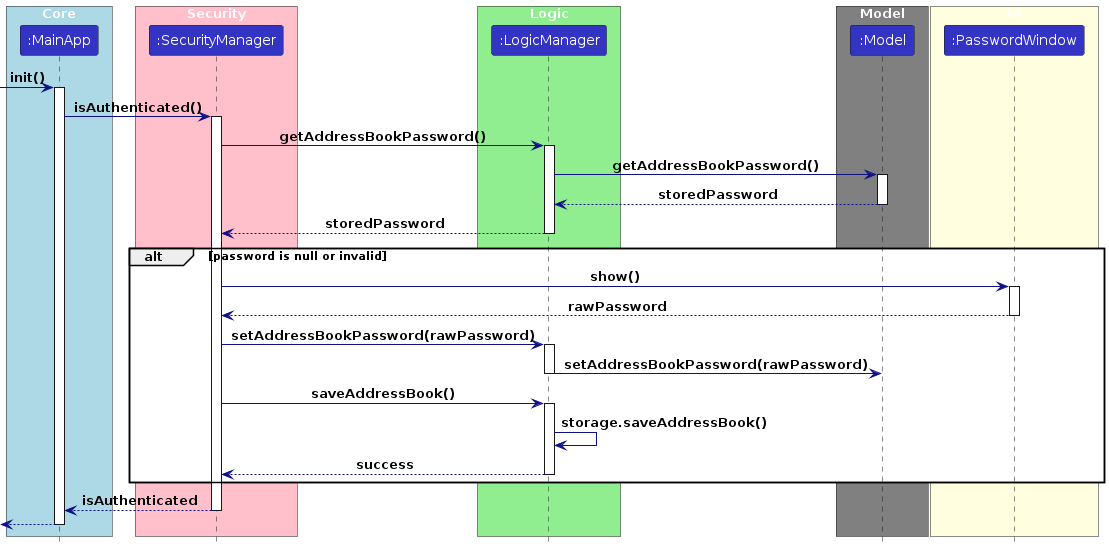
The PlantUML diagram diagrams/SecurityStartupSequenceDiagram.png in AY2526S2-CS2103T-T15-2/tp, before a commit. Its source is kept beside it as diagrams/SecurityStartupSequenceDiagram.puml. Its diagram source:
```plantuml
@startuml
!include style.puml
skinparam ArrowColor LOGIC_COLOR_T4
skinparam ParticipantBackgroundColor LOGIC_COLOR

box "Core" #LightBlue
participant ":MainApp" as MainApp
end box

box "Security" #pink
participant ":SecurityManager" as Security
end box

box "Logic" #LightGreen
participant ":LogicManager" as Logic
end box

box "Model" #grey
participant ":Model" as Model
end box

box "UI" #LightYellow
participant ":PasswordWindow" as PW
end box

[-> MainApp : init()
activate MainApp

MainApp -> Security : isAuthenticated()
activate Security

Security -> Logic : getAddressBookPassword()
activate Logic
Logic -> Model : getAddressBookPassword()
activate Model
Model --> Logic : storedPassword
deactivate Model
Logic --> Security : storedPassword
deactivate Logic

alt password is null or invalid
    Security -> PW : show()
    activate PW
    PW --> Security : rawPassword
    deactivate PW

    Security -> Logic : setAddressBookPassword(rawPassword)
    activate Logic
    Logic -> Model : setAddressBookPassword(rawPassword)
    deactivate Logic

    Security -> Logic : saveAddressBook()
    activate Logic
    Logic -> Logic : storage.saveAddressBook()
    Logic --> Security : success
    deactivate Logic
end

Security --> MainApp : isAuthenticated
deactivate Security

[<-- MainApp
deactivate MainApp

@enduml
```
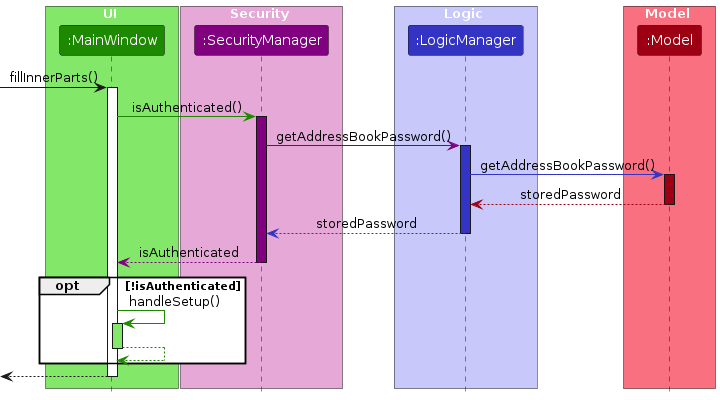
The same file after the commit.

What changed in the source:
```diff
@@ -1,65 +1,52 @@
 @startuml
 !include style.puml
-skinparam ArrowColor LOGIC_COLOR_T4
-skinparam ParticipantBackgroundColor LOGIC_COLOR
+skinparam ArrowFontStyle plain
 
-box "Core" #LightBlue
-participant ":MainApp" as MainApp
+box UI UI_COLOR_T1
+participant ":MainWindow" as MainWindow UI_COLOR
 end box
 
-box "Security" #pink
-participant ":SecurityManager" as Security
+box Security SECURITY_COLOR_T1
+participant ":SecurityManager" as SecurityManager SECURITY_COLOR
 end box
 
-box "Logic" #LightGreen
-participant ":LogicManager" as Logic
+box Logic LOGIC_COLOR_T1
+participant ":LogicManager" as LogicManager LOGIC_COLOR
 end box
 
-box "Model" #grey
-participant ":Model" as Model
+box Model MODEL_COLOR_T1
+participant ":Model" as Model MODEL_COLOR
 end box
 
-box "UI" #LightYellow
-participant ":PasswordWindow" as PW
-end box
+[-> MainWindow : fillInnerParts()
+activate MainWindow
 
-[-> MainApp : init()
-activate MainApp
+MainWindow -[UI_COLOR]> SecurityManager : isAuthenticated()
+activate SecurityManager SECURITY_COLOR
 
-MainApp -> Security : isAuthenticated()
-activate Security
+SecurityManager -[SECURITY_COLOR]> LogicManager : getAddressBookPassword()
+activate LogicManager LOGIC_COLOR
 
-Security -> Logic : getAddressBookPassword()
-activate Logic
-Logic -> Model : getAddressBookPassword()
-activate Model
-Model --> Logic : storedPassword
+LogicManager -[LOGIC_COLOR]> Model : getAddressBookPassword()
+activate Model MODEL_COLOR
+
+Model --[MODEL_COLOR]> LogicManager : storedPassword
 deactivate Model
-Logic --> Security : storedPassword
-deactivate Logic
 
-alt password is null or invalid
-    Security -> PW : show()
-    activate PW
-    PW --> Security : rawPassword
-    deactivate PW
+LogicManager --[LOGIC_COLOR]> SecurityManager : storedPassword
+deactivate LogicManager
 
-    Security -> Logic : setAddressBookPassword(rawPassword)
-    activate Logic
-    Logic -> Model : setAddressBookPassword(rawPassword)
-    deactivate Logic
+SecurityManager --[SECURITY_COLOR]> MainWindow : isAuthenticated
+deactivate SecurityManager
 
-    Security -> Logic : saveAddressBook()
-    activate Logic
-    Logic -> Logic : storage.saveAddressBook()
-    Logic --> Security : success
-    deactivate Logic
+opt !isAuthenticated
+    MainWindow -[UI_COLOR]> MainWindow : handleSetup()
+    activate MainWindow UI_COLOR_T1
+
+    MainWindow --[UI_COLOR]> MainWindow
+    deactivate MainWindow
 end
 
-Security --> MainApp : isAuthenticated
-deactivate Security
-
-[<-- MainApp
-deactivate MainApp
-
+[<-- MainWindow
+deactivate MainWindow
 @enduml
```
